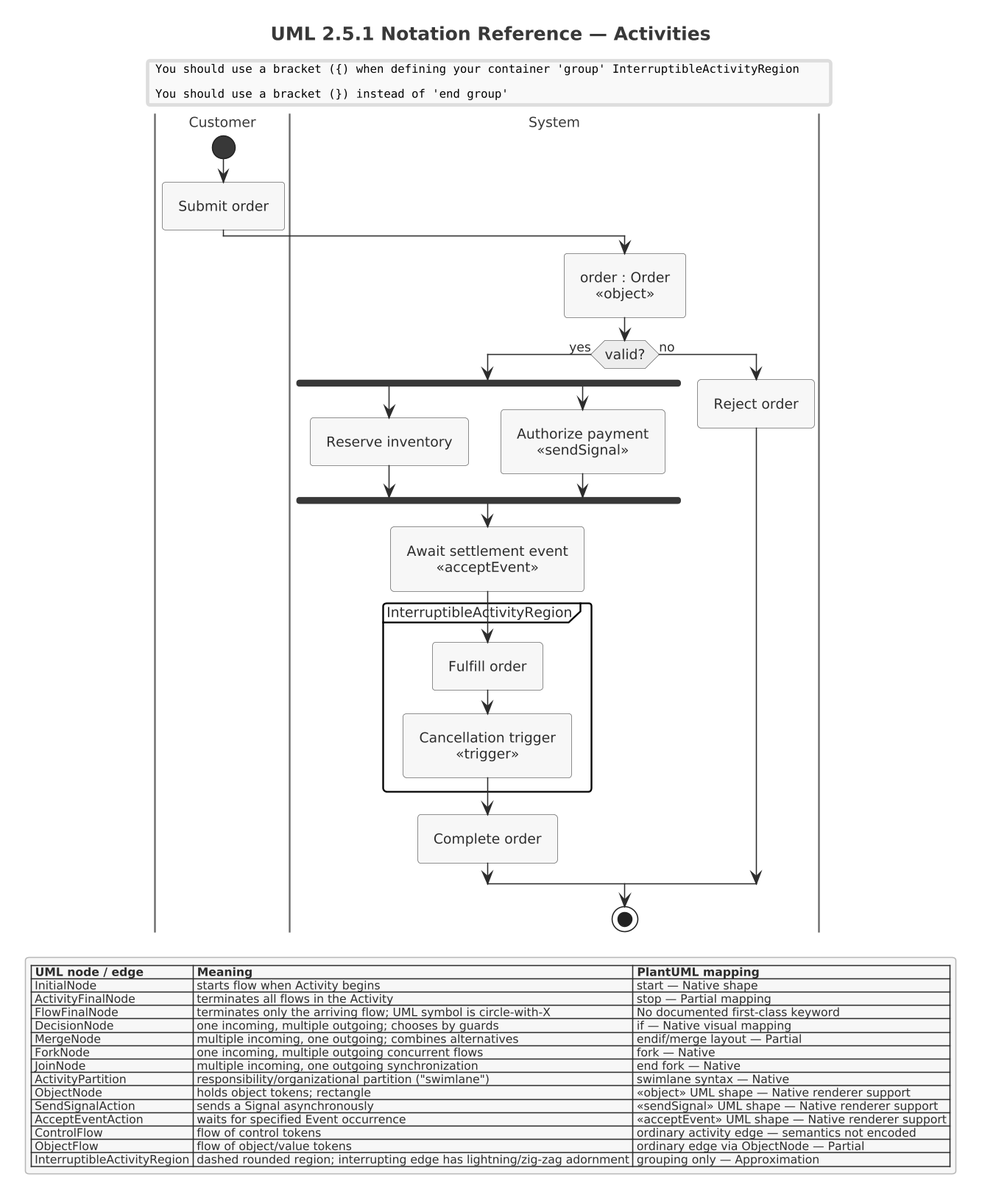
Above: src/architecture/uml/uml-2-5-1-legend/png/06-activities.png in Notoriousjayy/latex-docs (PlantUML), before the change. Its diagram source:
```plantuml
@startuml

skinparam dpi 150



!include ../../../../tooling/styles/plantuml/behavioral/activity-diagram-style.iuml

title UML 2.5.1 Notation Reference — Activities
skinparam monochrome true

|Customer|
start
:Submit order;

|System|
:order : Order
«object»;

if (valid?) then (yes)
  fork
    :Reserve inventory;
  fork again
    :Authorize payment
«sendSignal»;
  end fork

  :Await settlement event
«acceptEvent»;

  group InterruptibleActivityRegion
    :Fulfill order;
    :Cancellation trigger
«trigger»;
  end group

  :Complete order;
else (no)
  :Reject order;
endif

stop

legend
  |= UML node / edge |= Meaning |= PlantUML mapping |
  | InitialNode | starts flow when Activity begins | start — Native shape |
  | ActivityFinalNode | terminates all flows in the Activity | stop — Partial mapping |
  | FlowFinalNode | terminates only the arriving flow; UML symbol is circle-with-X | No documented first-class keyword |
  | DecisionNode | one incoming, multiple outgoing; chooses by guards | if — Native visual mapping |
  | MergeNode | multiple incoming, one outgoing; combines alternatives | endif/merge layout — Partial |
  | ForkNode | one incoming, multiple outgoing concurrent flows | fork — Native |
  | JoinNode | multiple incoming, one outgoing synchronization | end fork — Native |
  | ActivityPartition | responsibility/organizational partition ("swimlane") | swimlane syntax — Native |
  | ObjectNode | holds object tokens; rectangle | <<object>> UML shape — Native renderer support |
  | SendSignalAction | sends a Signal asynchronously | <<sendSignal>> UML shape — Native renderer support |
  | AcceptEventAction | waits for specified Event occurrence | <<acceptEvent>> UML shape — Native renderer support |
  | ControlFlow | flow of control tokens | ordinary activity edge — semantics not encoded |
  | ObjectFlow | flow of object/value tokens | ordinary edge via ObjectNode — Partial |
  | InterruptibleActivityRegion | dashed rounded region; interrupting edge has lightning/zig-zag adornment | grouping only — Approximation |
endlegend
@enduml
```
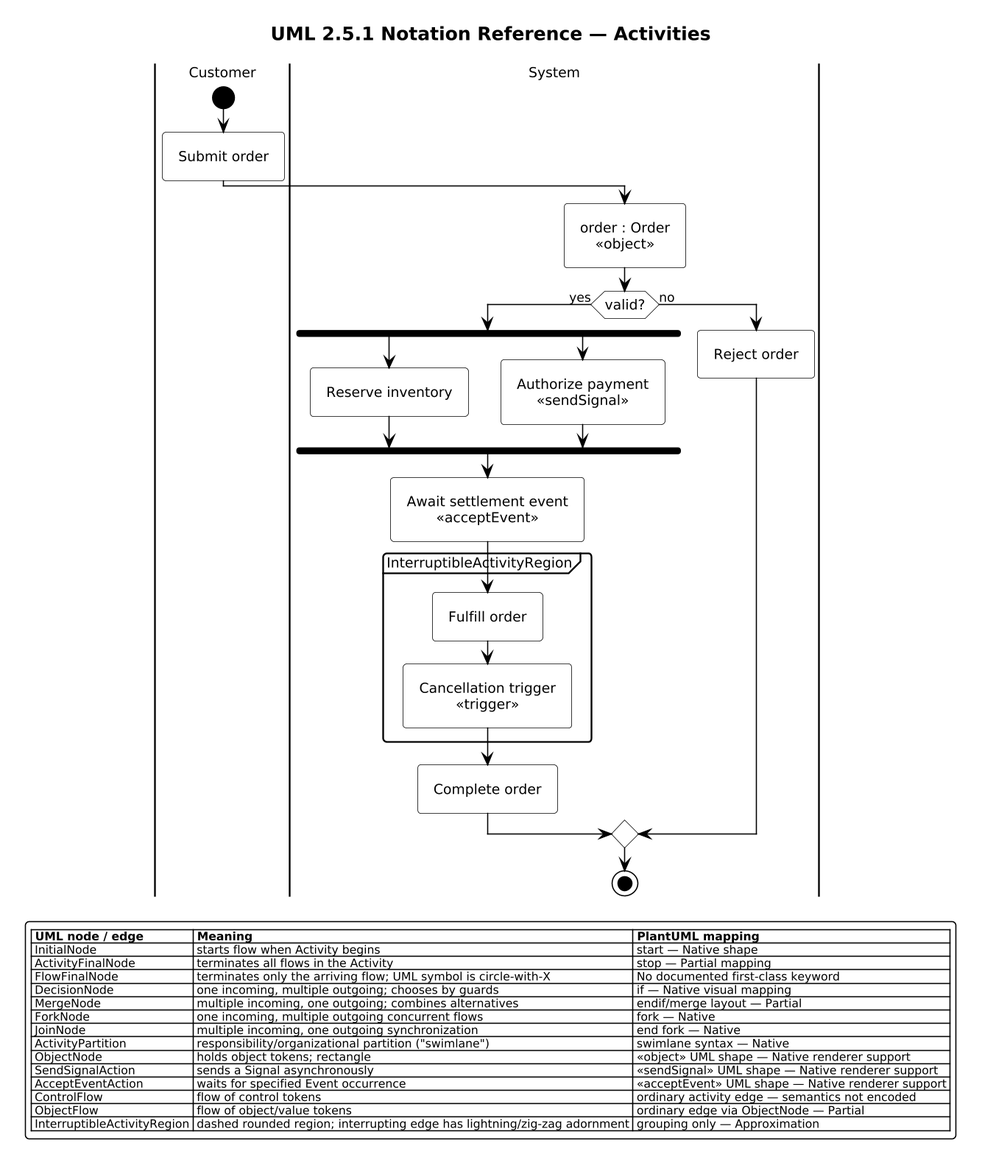
Later version of the same file.

What changed in the source:
```diff
@@ -1,13 +1,13 @@
 @startuml
 
-skinparam dpi 150
+scale 1.5625
 
 
 
 !include ../../../../tooling/styles/plantuml/behavioral/activity-diagram-style.iuml
 
 title UML 2.5.1 Notation Reference — Activities
-skinparam monochrome true
+UML_MONOCHROME()
 
 |Customer|
 start
@@ -28,11 +28,11 @@
   :Await settlement event
 «acceptEvent»;
 
-  group InterruptibleActivityRegion
+  group InterruptibleActivityRegion {
     :Fulfill order;
     :Cancellation trigger
 «trigger»;
-  end group
+  }
 
   :Complete order;
 else (no)
```
